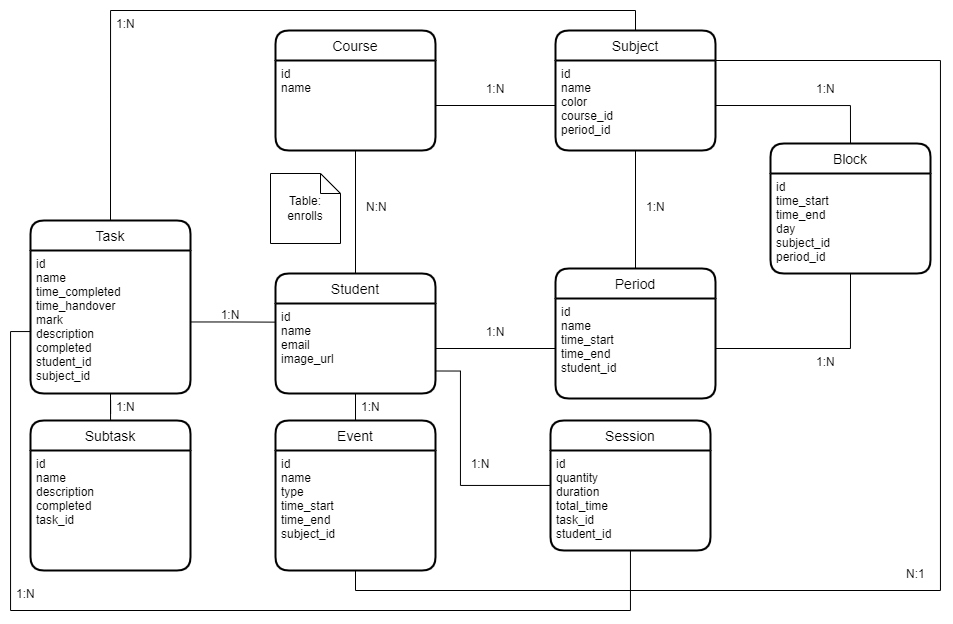
Earlier version of the draw.io export er_diagram.png (devjust4/powertask-backend). Source tidied: cells renumbered, new cells last; positions are measured from the earlier drawing's top-left corner, leaving out a move shared by most shapes.
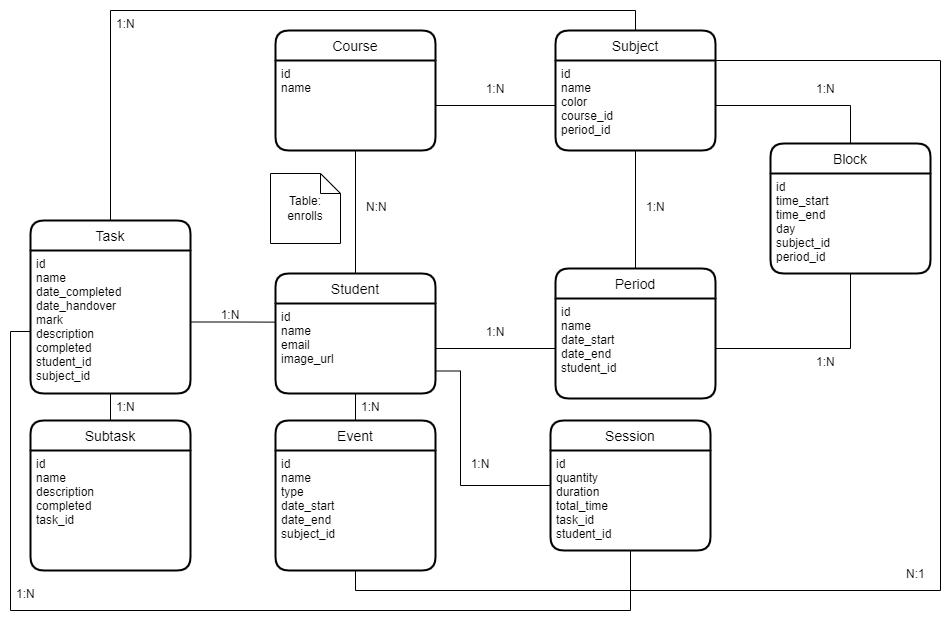
Later version of the same file.

What changed in the source:
```diff
@@ -35,7 +35,7 @@
     <mxCell id="12" value="Task" style="swimlane;horizontal=1;startSize=30;rounded=1;fontSize=14;fontStyle=0;strokeWidth=2;shadow=0;dashed=0;align=center;sketch=0;" parent="1" vertex="1">
       <mxGeometry x="20" y="210" width="160" height="173" as="geometry" />
     </mxCell>
-    <mxCell id="13" value="id&#10;name&#10;time_completed&#10;time_handover&#10;mark&#10;description&#10;completed&#10;student_id&#10;subject_id" style="align=left;strokeColor=none;fillColor=none;spacingLeft=4;fontSize=12;verticalAlign=top;rounded=1;shadow=0;labelBackgroundColor=none;" parent="12" vertex="1">
+    <mxCell id="13" value="id&#10;name&#10;date_completed&#10;date_handover&#10;mark&#10;description&#10;completed&#10;student_id&#10;subject_id" style="align=left;strokeColor=none;fillColor=none;spacingLeft=4;fontSize=12;verticalAlign=top;rounded=1;shadow=0;labelBackgroundColor=none;" parent="12" vertex="1">
       <mxGeometry y="30" width="160" height="143" as="geometry" />
     </mxCell>
     <mxCell id="14" style="edgeStyle=orthogonalEdgeStyle;rounded=0;jettySize=auto;html=1;entryX=0;entryY=0.5;entryDx=0;entryDy=0;fontSize=12;endArrow=none;endFill=0;" parent="1" edge="1" source="6" target="10">
@@ -62,7 +62,7 @@
     <mxCell id="21" value="Period" style="swimlane;horizontal=1;startSize=30;rounded=1;fontSize=14;fontStyle=0;strokeWidth=2;shadow=0;dashed=0;align=center;" parent="1" vertex="1">
       <mxGeometry x="545" y="258" width="160" height="130" as="geometry" />
     </mxCell>
-    <mxCell id="22" value="id&#10;name&#10;time_start&#10;time_end&#10;student_id" style="align=left;strokeColor=none;fillColor=none;spacingLeft=4;fontSize=12;verticalAlign=top;rounded=1;shadow=0;fontStyle=0;" parent="21" vertex="1">
+    <mxCell id="22" value="id&#10;name&#10;date_start&#10;date_end&#10;student_id" style="align=left;strokeColor=none;fillColor=none;spacingLeft=4;fontSize=12;verticalAlign=top;rounded=1;shadow=0;fontStyle=0;" parent="21" vertex="1">
       <mxGeometry y="30" width="160" height="100" as="geometry" />
     </mxCell>
     <mxCell id="23" style="edgeStyle=orthogonalEdgeStyle;rounded=0;jettySize=auto;html=1;entryX=0;entryY=0.5;entryDx=0;entryDy=0;fontSize=12;endArrow=none;endFill=0;" parent="1" edge="1" source="4" target="22">
@@ -104,7 +104,7 @@
     <mxCell id="33" value="Event" style="swimlane;horizontal=1;startSize=30;rounded=1;fontSize=14;fontStyle=0;strokeWidth=2;shadow=0;dashed=0;align=center;" parent="1" vertex="1">
       <mxGeometry x="265" y="410" width="160" height="150" as="geometry" />
     </mxCell>
-    <mxCell id="34" value="id&#10;name&#10;type&#10;time_start&#10;time_end&#10;subject_id" style="align=left;strokeColor=none;fillColor=none;spacingLeft=4;fontSize=12;verticalAlign=top;rounded=1;shadow=0;" parent="33" vertex="1">
+    <mxCell id="34" value="id&#10;name&#10;type&#10;date_start&#10;date_end&#10;subject_id" style="align=left;strokeColor=none;fillColor=none;spacingLeft=4;fontSize=12;verticalAlign=top;rounded=1;shadow=0;" parent="33" vertex="1">
       <mxGeometry y="30" width="160" height="120" as="geometry" />
     </mxCell>
     <mxCell id="35" style="edgeStyle=orthogonalEdgeStyle;rounded=0;jettySize=auto;html=1;entryX=0.5;entryY=0;entryDx=0;entryDy=0;fontSize=12;endArrow=none;endFill=0;" parent="1" edge="1" source="4" target="33">
```
